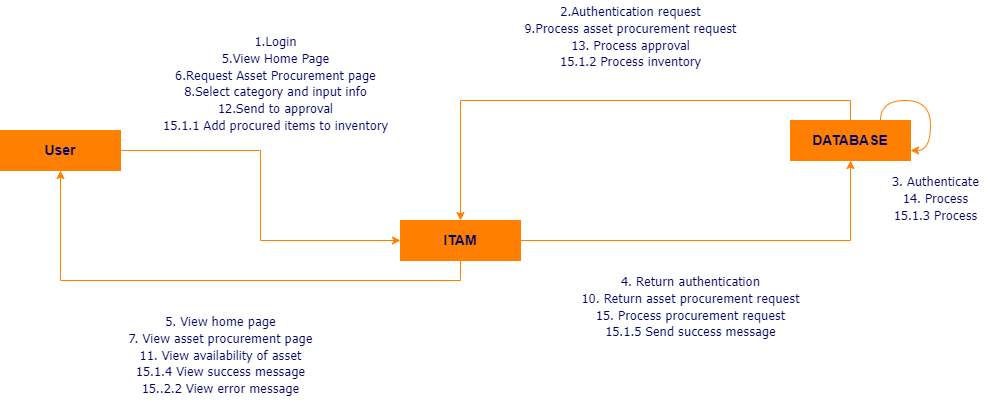
Before: itam-uml/itam-communication-diagram/itam-communication-diagram-procurement.png, a diagram exported from draw.io (kxh03/itam). Source tidied: cells renumbered, new cells last; positions are measured from the earlier drawing's top-left corner, leaving out a move shared by most shapes.
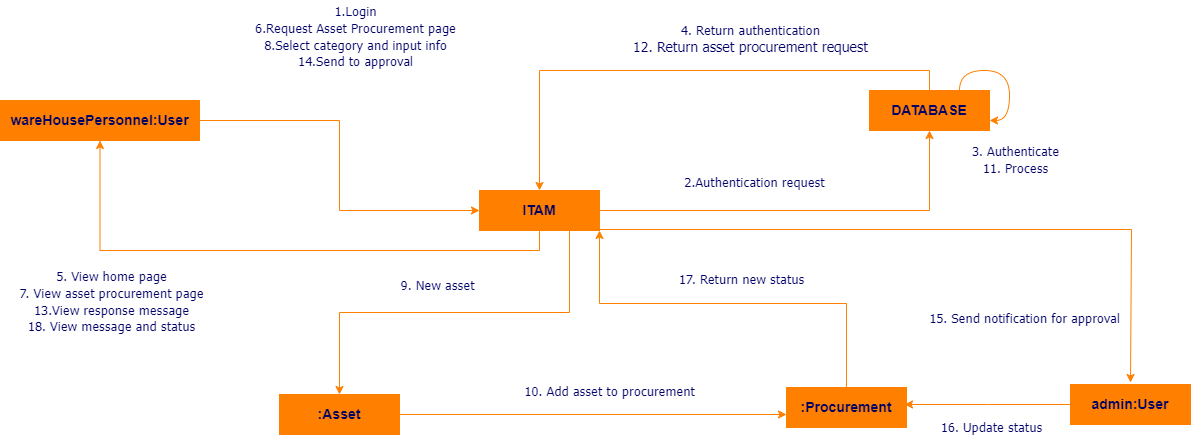
Above is the later version.

Commit message:
Fix sequence and communication diagrams

The edit, as a diff of the source:
```diff
@@ -8,6 +8,26 @@
     <mxCell id="3" style="edgeStyle=orthogonalEdgeStyle;rounded=0;jettySize=auto;html=1;exitX=0.5;exitY=1;exitDx=0;exitDy=0;entryX=0.5;entryY=1;entryDx=0;entryDy=0;strokeColor=#FF8000;" parent="1" edge="1" source="4" target="8">
       <mxGeometry relative="1" as="geometry" />
     </mxCell>
+    <mxCell id="15" style="edgeStyle=orthogonalEdgeStyle;rounded=0;jettySize=auto;html=1;exitX=0.75;exitY=1;exitDx=0;exitDy=0;entryX=0.5;entryY=0;entryDx=0;entryDy=0;strokeColor=#FF8000;" parent="1" edge="1" source="4" target="19">
+      <mxGeometry relative="1" as="geometry" />
+    </mxCell>
+    <mxCell id="16" style="edgeStyle=orthogonalEdgeStyle;rounded=0;jettySize=auto;html=1;strokeColor=#FF8000;entryX=1;entryY=1;entryDx=0;entryDy=0;" parent="1" edge="1" source="20" target="4">
+      <mxGeometry relative="1" as="geometry">
+        <Array as="points">
+          <mxPoint x="767" y="333" />
+          <mxPoint x="520" y="333" />
+        </Array>
+      </mxGeometry>
+    </mxCell>
+    <mxCell id="17" style="edgeStyle=orthogonalEdgeStyle;rounded=0;jettySize=auto;html=1;exitX=1;exitY=0.75;exitDx=0;exitDy=0;strokeColor=#FF8000;" parent="1" edge="1" source="4">
+      <mxGeometry relative="1" as="geometry">
+        <mxPoint x="1051" y="412" as="targetPoint" />
+        <Array as="points">
+          <mxPoint x="520" y="259" />
+          <mxPoint x="1052" y="259" />
+        </Array>
+      </mxGeometry>
+    </mxCell>
     <mxCell id="4" value="&lt;font color=&quot;#000066&quot;&gt;&lt;span style=&quot;font-size: 14px;&quot;&gt;&lt;b&gt;ITAM&lt;/b&gt;&lt;/span&gt;&lt;/font&gt;" style="rounded=0;whiteSpace=wrap;html=1;strokeColor=#FF8000;fillColor=#FF8000;" parent="1" vertex="1">
       <mxGeometry x="400" y="220" width="120" height="40" as="geometry" />
     </mxCell>
@@ -20,26 +40,60 @@
     <mxCell id="7" style="edgeStyle=orthogonalEdgeStyle;rounded=0;jettySize=auto;html=1;exitX=1;exitY=0.5;exitDx=0;exitDy=0;entryX=0;entryY=0.5;entryDx=0;entryDy=0;strokeColor=#FF8000;" parent="1" edge="1" source="8" target="4">
       <mxGeometry relative="1" as="geometry" />
     </mxCell>
-    <mxCell id="8" value="&lt;font color=&quot;#000066&quot;&gt;&lt;span style=&quot;font-size: 14px;&quot;&gt;&lt;b&gt;User&lt;/b&gt;&lt;/span&gt;&lt;/font&gt;" style="rounded=0;whiteSpace=wrap;html=1;strokeColor=#FF8000;fillColor=#FF8000;" parent="1" vertex="1">
-      <mxGeometry y="130" width="120" height="40" as="geometry" />
+    <mxCell id="8" value="&lt;font color=&quot;#000066&quot;&gt;&lt;span style=&quot;font-size: 14px;&quot;&gt;&lt;b&gt;wareHousePersonnel:User&lt;/b&gt;&lt;/span&gt;&lt;/font&gt;" style="rounded=0;whiteSpace=wrap;html=1;strokeColor=#FF8000;fillColor=#FF8000;" parent="1" vertex="1">
+      <mxGeometry x="-79" y="130" width="199" height="40" as="geometry" />
     </mxCell>
-    <mxCell id="9" value="&lt;div style=&quot;text-align: center&quot;&gt;&lt;span style=&quot;font-size: 13px;&quot;&gt;1.Login&lt;/span&gt;&lt;/div&gt;&lt;div style=&quot;text-align: center&quot;&gt;&lt;span style=&quot;font-size: 13px;&quot;&gt;5.View Home Page&lt;/span&gt;&lt;/div&gt;&lt;div style=&quot;text-align: center&quot;&gt;&lt;span style=&quot;font-size: 13px;&quot;&gt;6.Request Asset Procurement page&lt;/span&gt;&lt;/div&gt;&lt;div style=&quot;text-align: center&quot;&gt;&lt;span style=&quot;font-size: 13px; background-color: initial;&quot;&gt;8.Select category and input info&lt;/span&gt;&lt;br&gt;&lt;/div&gt;&lt;div style=&quot;text-align: center&quot;&gt;&lt;span style=&quot;font-size: 13px; background-color: initial;&quot;&gt;12.Send to approval&lt;/span&gt;&lt;/div&gt;&lt;div style=&quot;text-align: center&quot;&gt;&lt;span style=&quot;font-size: 13px; background-color: initial;&quot;&gt;15.1.1 Add procured items to inventory&lt;/span&gt;&lt;/div&gt;&lt;div style=&quot;text-align: center&quot;&gt;&lt;br&gt;&lt;/div&gt;" style="text;html=1;align=center;verticalAlign=top;spacingTop=-4;fontSize=14;fontFamily=Tahoma;fontColor=#000066;" parent="1" vertex="1">
-      <mxGeometry x="150" y="30" width="250" height="130" as="geometry" />
+    <mxCell id="9" value="&lt;div style=&quot;text-align: center&quot;&gt;&lt;span style=&quot;font-size: 13px;&quot;&gt;1.Login&lt;/span&gt;&lt;/div&gt;&lt;div style=&quot;text-align: center&quot;&gt;&lt;span style=&quot;font-size: 13px;&quot;&gt;6.Request Asset Procurement page&lt;/span&gt;&lt;/div&gt;&lt;div style=&quot;text-align: center&quot;&gt;&lt;span style=&quot;font-size: 13px; background-color: initial;&quot;&gt;8.Select category and input info&lt;/span&gt;&lt;br&gt;&lt;/div&gt;&lt;div style=&quot;text-align: center&quot;&gt;&lt;span style=&quot;font-size: 13px; background-color: initial;&quot;&gt;14.Send to approval&lt;/span&gt;&lt;/div&gt;" style="text;html=1;align=center;verticalAlign=top;spacingTop=-4;fontSize=14;fontFamily=Tahoma;fontColor=#000066;" parent="1" vertex="1">
+      <mxGeometry x="166" y="30" width="219" height="74" as="geometry" />
     </mxCell>
-    <mxCell id="10" value="&lt;div style=&quot;text-align: center&quot;&gt;&lt;span style=&quot;font-size: 13px;&quot;&gt;2.Authentication request&lt;/span&gt;&lt;/div&gt;&lt;div style=&quot;text-align: center&quot;&gt;&lt;span style=&quot;font-size: 13px;&quot;&gt;9.Process asset procurement request&lt;/span&gt;&lt;/div&gt;&lt;div style=&quot;text-align: center&quot;&gt;&lt;span style=&quot;font-size: 13px;&quot;&gt;13. Process approval&lt;/span&gt;&lt;/div&gt;&lt;div style=&quot;text-align: center&quot;&gt;&lt;span style=&quot;font-size: 13px;&quot;&gt;15.1.2 Process inventory&lt;/span&gt;&lt;/div&gt;&lt;div style=&quot;text-align: center&quot;&gt;&lt;span style=&quot;font-size: 13px;&quot;&gt;&lt;br&gt;&lt;/span&gt;&lt;/div&gt;" style="text;html=1;align=center;verticalAlign=top;spacingTop=-4;fontSize=14;fontFamily=Tahoma;fontColor=#000066;" parent="1" vertex="1">
-      <mxGeometry x="510" width="240" height="90" as="geometry" />
+    <mxCell id="10" value="&lt;div style=&quot;text-align: center&quot;&gt;&lt;span style=&quot;font-size: 13px;&quot;&gt;2.Authentication request&lt;/span&gt;&lt;/div&gt;&lt;div style=&quot;text-align: center&quot;&gt;&lt;br&gt;&lt;/div&gt;" style="text;html=1;align=center;verticalAlign=top;spacingTop=-4;fontSize=14;fontFamily=Tahoma;fontColor=#000066;" parent="1" vertex="1">
+      <mxGeometry x="596" y="201" width="158" height="40" as="geometry" />
     </mxCell>
-    <mxCell id="11" value="&lt;div style=&quot;text-align: center&quot;&gt;&lt;span style=&quot;font-size: 13px;&quot;&gt;4. Return authentication&lt;/span&gt;&lt;/div&gt;&lt;div style=&quot;text-align: center&quot;&gt;&lt;span style=&quot;font-size: 13px;&quot;&gt;10. Return asset procurement request&lt;/span&gt;&lt;/div&gt;&lt;div style=&quot;text-align: center&quot;&gt;&lt;span style=&quot;font-size: 13px;&quot;&gt;15. Process procurement request&lt;/span&gt;&lt;/div&gt;&lt;div style=&quot;text-align: center&quot;&gt;&lt;span style=&quot;font-size: 13px;&quot;&gt;15.1.5 Send success message&lt;/span&gt;&lt;/div&gt;" style="text;html=1;align=center;verticalAlign=top;spacingTop=-4;fontSize=14;fontFamily=Tahoma;fontColor=#000066;" parent="1" vertex="1">
-      <mxGeometry x="570" y="270" width="240" height="70" as="geometry" />
+    <mxCell id="11" value="&lt;div style=&quot;text-align: center&quot;&gt;&lt;span style=&quot;font-size: 13px;&quot;&gt;4. Return authentication&lt;/span&gt;&lt;/div&gt;&lt;div style=&quot;text-align: center&quot;&gt;12. Return asset procurement request&lt;/div&gt;" style="text;html=1;align=center;verticalAlign=top;spacingTop=-4;fontSize=14;fontFamily=Tahoma;fontColor=#000066;" parent="1" vertex="1">
+      <mxGeometry x="544.5" y="49" width="253" height="40" as="geometry" />
     </mxCell>
     <mxCell id="12" style="edgeStyle=orthogonalEdgeStyle;orthogonalLoop=1;jettySize=auto;html=1;exitX=0.75;exitY=0;exitDx=0;exitDy=0;entryX=1;entryY=0.75;entryDx=0;entryDy=0;curved=1;strokeColor=#FF8000;" parent="1" edge="1" source="6" target="6">
       <mxGeometry relative="1" as="geometry" />
     </mxCell>
-    <mxCell id="13" value="&lt;div style=&quot;text-align: center&quot;&gt;&lt;span style=&quot;font-size: 13px;&quot;&gt;3. Authenticate&lt;/span&gt;&lt;/div&gt;&lt;div style=&quot;text-align: center&quot;&gt;&lt;span style=&quot;font-size: 13px;&quot;&gt;14. Process&lt;/span&gt;&lt;/div&gt;&lt;div style=&quot;text-align: center&quot;&gt;&lt;span style=&quot;font-size: 13px;&quot;&gt;15.1.3 Process&lt;/span&gt;&lt;/div&gt;" style="text;html=1;align=center;verticalAlign=top;spacingTop=-4;fontSize=14;fontFamily=Tahoma;fontColor=#000066;" parent="1" vertex="1">
-      <mxGeometry x="880" y="170" width="110" height="60" as="geometry" />
+    <mxCell id="13" value="&lt;div style=&quot;text-align: center&quot;&gt;&lt;span style=&quot;font-size: 13px;&quot;&gt;3. Authenticate&lt;/span&gt;&lt;/div&gt;&lt;div style=&quot;text-align: center&quot;&gt;&lt;span style=&quot;font-size: 13px;&quot;&gt;11. Process&lt;/span&gt;&lt;/div&gt;" style="text;html=1;align=center;verticalAlign=top;spacingTop=-4;fontSize=14;fontFamily=Tahoma;fontColor=#000066;" parent="1" vertex="1">
+      <mxGeometry x="883" y="170" width="105" height="40" as="geometry" />
     </mxCell>
-    <mxCell id="14" value="&lt;div style=&quot;text-align: center&quot;&gt;&lt;span style=&quot;font-size: 13px;&quot;&gt;5. View home page&lt;/span&gt;&lt;/div&gt;&lt;div style=&quot;text-align: center&quot;&gt;&lt;span style=&quot;font-size: 13px;&quot;&gt;7. View asset procurement page&lt;/span&gt;&lt;/div&gt;&lt;div style=&quot;text-align: center&quot;&gt;&lt;span style=&quot;font-size: 13px;&quot;&gt;11. View availability of asset&lt;/span&gt;&lt;/div&gt;&lt;div style=&quot;text-align: center&quot;&gt;&lt;span style=&quot;font-size: 13px;&quot;&gt;15.1.4 View success message&lt;/span&gt;&lt;/div&gt;&lt;div style=&quot;text-align: center&quot;&gt;&lt;span style=&quot;font-size: 13px;&quot;&gt;15..2.2 View error message&lt;/span&gt;&lt;/div&gt;" style="text;html=1;align=center;verticalAlign=top;spacingTop=-4;fontSize=14;fontFamily=Tahoma;fontColor=#000066;" parent="1" vertex="1">
-      <mxGeometry x="115" y="310" width="210" height="90" as="geometry" />
+    <mxCell id="14" value="&lt;div style=&quot;text-align: center&quot;&gt;&lt;span style=&quot;font-size: 13px;&quot;&gt;5. View home page&lt;/span&gt;&lt;/div&gt;&lt;div style=&quot;text-align: center&quot;&gt;&lt;span style=&quot;font-size: 13px;&quot;&gt;7. View asset procurement page&lt;/span&gt;&lt;/div&gt;&lt;div style=&quot;text-align: center&quot;&gt;&lt;span style=&quot;font-size: 13px; background-color: initial;&quot;&gt;13.View response message&lt;/span&gt;&lt;br&gt;&lt;/div&gt;&lt;div style=&quot;text-align: center&quot;&gt;&lt;span style=&quot;font-size: 13px; background-color: initial;&quot;&gt;18. View message and status&lt;/span&gt;&lt;/div&gt;" style="text;html=1;align=center;verticalAlign=top;spacingTop=-4;fontSize=14;fontFamily=Tahoma;fontColor=#000066;" parent="1" vertex="1">
+      <mxGeometry x="-69" y="295" width="202" height="74" as="geometry" />
     </mxCell>
+    <mxCell id="18" style="edgeStyle=orthogonalEdgeStyle;rounded=0;jettySize=auto;html=1;exitX=1;exitY=0.5;exitDx=0;exitDy=0;strokeColor=#FF8000;" parent="1" edge="1" source="19">
+      <mxGeometry relative="1" as="geometry">
+        <mxPoint x="707" y="444" as="targetPoint" />
+      </mxGeometry>
+    </mxCell>
+    <mxCell id="19" value="&lt;font color=&quot;#000066&quot;&gt;&lt;span style=&quot;font-size: 14px;&quot;&gt;&lt;b&gt;:Asset&lt;/b&gt;&lt;/span&gt;&lt;/font&gt;" style="rounded=0;whiteSpace=wrap;html=1;strokeColor=#FF8000;fillColor=#FF8000;" parent="1" vertex="1">
+      <mxGeometry x="200" y="424" width="120" height="40" as="geometry" />
+    </mxCell>
+    <mxCell id="20" value="&lt;font color=&quot;#000066&quot;&gt;&lt;span style=&quot;font-size: 14px;&quot;&gt;&lt;b&gt;:Procurement&lt;/b&gt;&lt;/span&gt;&lt;/font&gt;" style="rounded=0;whiteSpace=wrap;html=1;strokeColor=#FF8000;fillColor=#FF8000;" parent="1" vertex="1">
+      <mxGeometry x="707" y="417" width="120" height="40" as="geometry" />
+    </mxCell>
+    <mxCell id="21" value="&lt;div style=&quot;text-align: center&quot;&gt;&lt;span style=&quot;font-size: 13px;&quot;&gt;9. New asset&lt;/span&gt;&lt;/div&gt;" style="text;html=1;align=center;verticalAlign=top;spacingTop=-4;fontSize=14;fontFamily=Tahoma;fontColor=#000066;" parent="1" vertex="1">
+      <mxGeometry x="312" y="303.5" width="92" height="23" as="geometry" />
+    </mxCell>
+    <mxCell id="22" value="&lt;div style=&quot;text-align: center&quot;&gt;&lt;span style=&quot;font-size: 13px;&quot;&gt;17. Return new status&lt;/span&gt;&lt;/div&gt;" style="text;html=1;align=center;verticalAlign=top;spacingTop=-4;fontSize=14;fontFamily=Tahoma;fontColor=#000066;" parent="1" vertex="1">
+      <mxGeometry x="590" y="298" width="144" height="23" as="geometry" />
+    </mxCell>
+    <mxCell id="23" style="edgeStyle=orthogonalEdgeStyle;rounded=0;jettySize=auto;html=1;exitX=0;exitY=0.5;exitDx=0;exitDy=0;sourcePerimeterSpacing=-1;strokeColor=#FF8000;" parent="1" edge="1" source="24">
+      <mxGeometry relative="1" as="geometry">
+        <mxPoint x="825" y="434" as="targetPoint" />
+      </mxGeometry>
+    </mxCell>
+    <mxCell id="24" value="&lt;font color=&quot;#000066&quot;&gt;&lt;span style=&quot;font-size: 14px;&quot;&gt;&lt;b&gt;admin:User&lt;/b&gt;&lt;/span&gt;&lt;/font&gt;" style="rounded=0;whiteSpace=wrap;html=1;strokeColor=#FF8000;fillColor=#FF8000;" parent="1" vertex="1">
+      <mxGeometry x="991" y="414" width="120" height="40" as="geometry" />
+    </mxCell>
+    <mxCell id="25" value="&lt;div style=&quot;text-align: center&quot;&gt;&lt;span style=&quot;font-size: 13px;&quot;&gt;15. Send notification for approval&lt;/span&gt;&lt;/div&gt;" style="text;html=1;align=center;verticalAlign=top;spacingTop=-4;fontSize=14;fontFamily=Tahoma;fontColor=#000066;" parent="1" vertex="1">
+      <mxGeometry x="840" y="337" width="209" height="23" as="geometry" />
+    </mxCell>
+    <mxCell id="26" value="&lt;div style=&quot;text-align: center&quot;&gt;&lt;span style=&quot;font-size: 13px;&quot;&gt;16. Update status&lt;/span&gt;&lt;/div&gt;" style="text;html=1;align=center;verticalAlign=top;spacingTop=-4;fontSize=14;fontFamily=Tahoma;fontColor=#000066;" parent="1" vertex="1">
+      <mxGeometry x="852" y="446" width="119" height="23" as="geometry" />
+    </mxCell>
+    <mxCell id="27" value="&lt;div style=&quot;text-align: center&quot;&gt;&lt;span style=&quot;font-size: 13px;&quot;&gt;10. Add asset to procurement&lt;/span&gt;&lt;/div&gt;" style="text;html=1;align=center;verticalAlign=top;spacingTop=-4;fontSize=14;fontFamily=Tahoma;fontColor=#000066;" parent="1" vertex="1">
+      <mxGeometry x="436" y="410" width="188" height="23" as="geometry" />
+    </mxCell>
   </root>
 </mxGraphModel>
```
